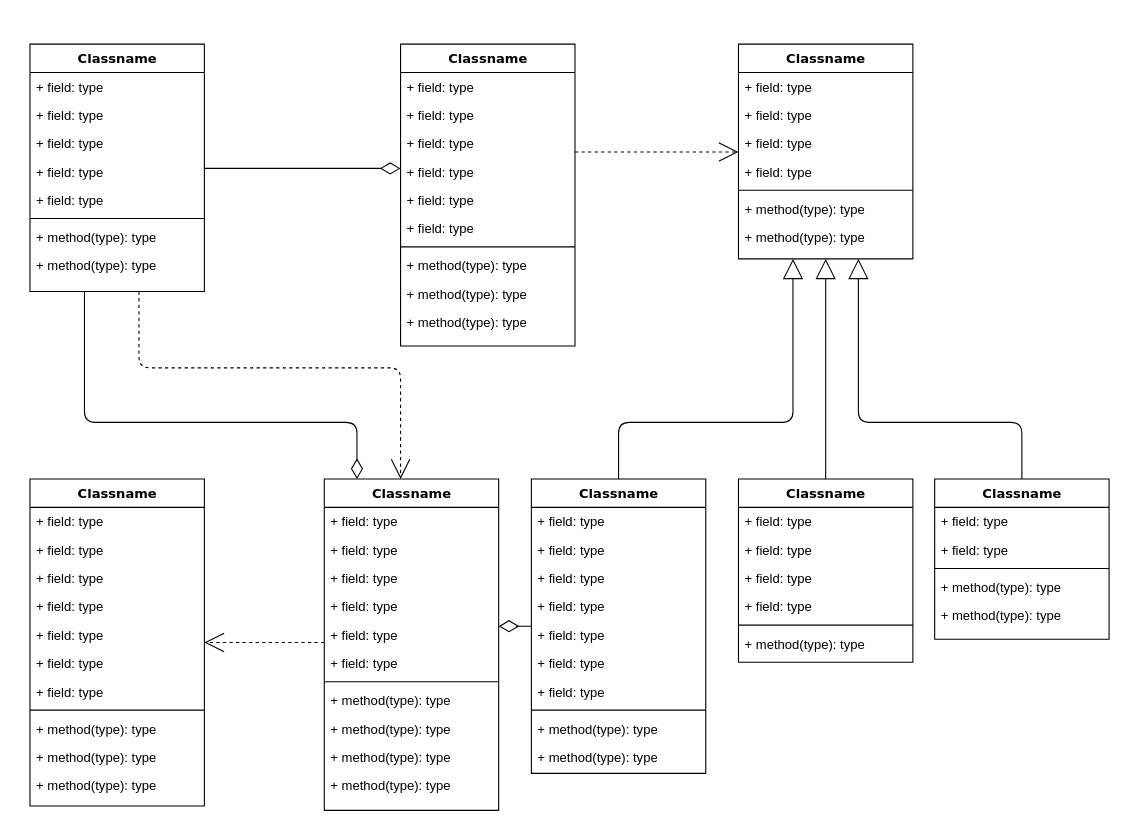
cullinap/eldorado keeps this draw.io diagram as img/Untitled Diagram.drawio. Above is the earlier version. Source tidied: cells renumbered, new cells numbered last; positions are measured from the earlier drawing's top-left corner, leaving out a move shared by most shapes. Both pictures are drawn from the tidied source at 109%, with x=0, y=0 at pixel (29, 44).
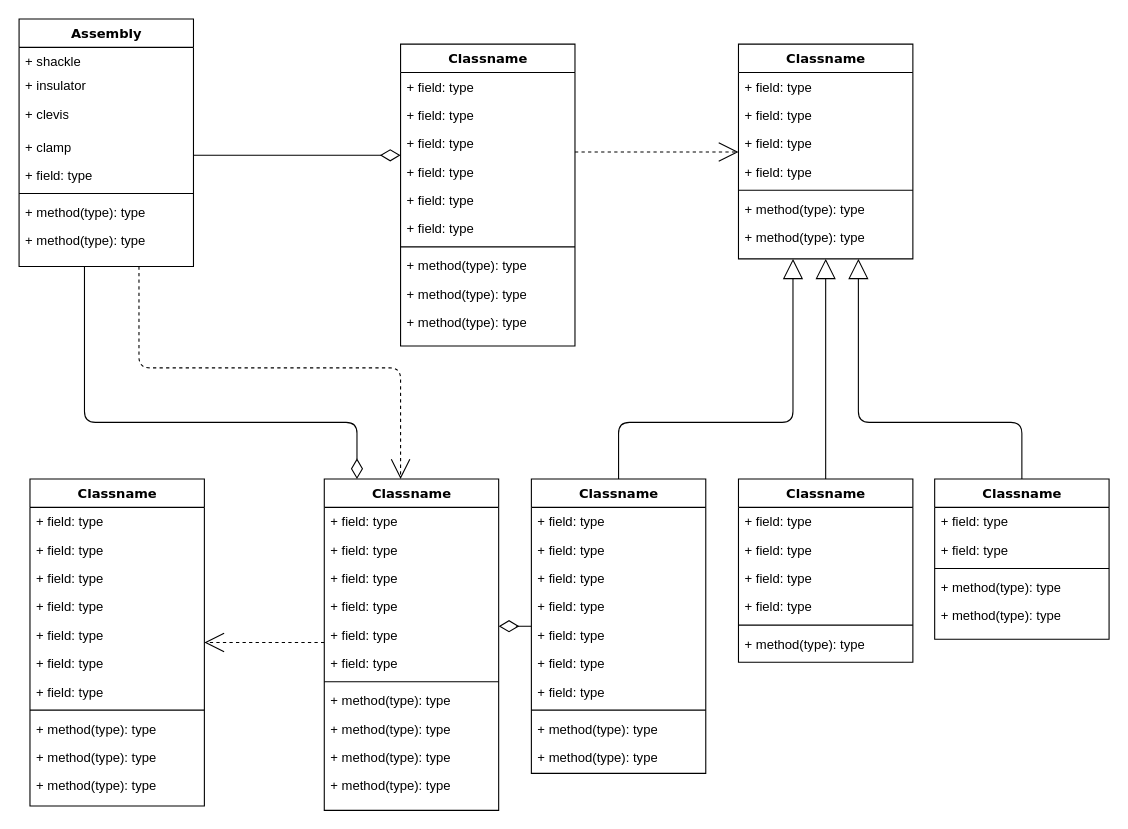
After the change.

Diff of the diagram source:
```diff
@@
-    <mxCell id="4" value="Classname" style="swimlane;html=1;fontStyle=1;align=center;verticalAlign=top;horizontal=1;startSize=26;swimlaneFillColor=#ffffff;rounded=0;shadow=0;comic=0;labelBackgroundColor=none;strokeWidth=1;fillColor=none;fontFamily=Verdana;fontSize=12;" parent="1" vertex="1">
-      <mxGeometry width="160" height="227" as="geometry" />
+    <mxCell id="4" value="Assembly" style="swimlane;html=1;fontStyle=1;align=center;verticalAlign=top;horizontal=1;startSize=26;swimlaneFillColor=#ffffff;rounded=0;shadow=0;comic=0;labelBackgroundColor=none;strokeWidth=1;fillColor=none;fontFamily=Verdana;fontSize=12;" parent="1" vertex="1">
+      <mxGeometry x="-10" y="-23" width="160" height="227" as="geometry" />
     </mxCell>
-    <mxCell id="5" value="+ field: type" style="text;html=1;strokeColor=none;fillColor=none;align=left;verticalAlign=top;spacingLeft=4;spacingRight=4;whiteSpace=wrap;overflow=hidden;" parent="4" vertex="1">
-      <mxGeometry y="26" width="160" height="26" as="geometry" />
+    <mxCell id="5" value="+ shackle" style="text;html=1;strokeColor=none;fillColor=none;align=left;verticalAlign=top;spacingLeft=4;spacingRight=4;whiteSpace=wrap;overflow=hidden;" parent="4" vertex="1">
+      <mxGeometry y="26" width="160" height="22" as="geometry" />
     </mxCell>
-    <mxCell id="6" value="+ field: type" style="text;html=1;strokeColor=none;fillColor=none;align=left;verticalAlign=top;spacingLeft=4;spacingRight=4;whiteSpace=wrap;overflow=hidden;" parent="4" vertex="1">
-      <mxGeometry y="52" width="160" height="26" as="geometry" />
+    <mxCell id="6" value="+ insulator" style="text;html=1;strokeColor=none;fillColor=none;align=left;verticalAlign=top;spacingLeft=4;spacingRight=4;whiteSpace=wrap;overflow=hidden;" parent="4" vertex="1">
+      <mxGeometry y="48" width="160" height="26" as="geometry" />
     </mxCell>
-    <mxCell id="7" value="+ field: type" style="text;html=1;strokeColor=none;fillColor=none;align=left;verticalAlign=top;spacingLeft=4;spacingRight=4;whiteSpace=wrap;overflow=hidden;" parent="4" vertex="1">
-      <mxGeometry y="78" width="160" height="26" as="geometry" />
+    <mxCell id="7" value="+ clevis" style="text;html=1;strokeColor=none;fillColor=none;align=left;verticalAlign=top;spacingLeft=4;spacingRight=4;whiteSpace=wrap;overflow=hidden;" parent="4" vertex="1">
+      <mxGeometry y="74" width="160" height="30" as="geometry" />
     </mxCell>
-    <mxCell id="8" value="+ field: type" style="text;html=1;strokeColor=none;fillColor=none;align=left;verticalAlign=top;spacingLeft=4;spacingRight=4;whiteSpace=wrap;overflow=hidden;" parent="4" vertex="1">
+    <mxCell id="8" value="+ clamp" style="text;html=1;strokeColor=none;fillColor=none;align=left;verticalAlign=top;spacingLeft=4;spacingRight=4;whiteSpace=wrap;overflow=hidden;" parent="4" vertex="1">
       <mxGeometry y="104" width="160" height="26" as="geometry" />
     </mxCell>
```
